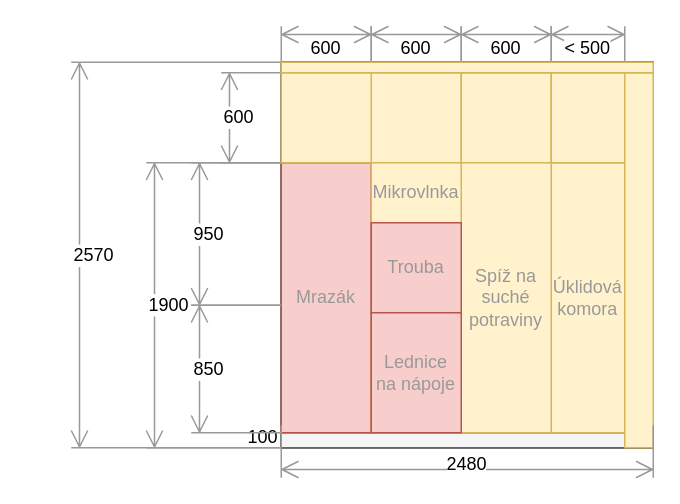
Before: docs/src/static/drawings/kitchen.wall-appliances.drawio in surquest/flat-renovation, a draw.io diagram. Source tidied: cells renumbered, new cells numbered last; positions are measured from the earlier drawing's top-left corner, leaving out a move shared by most shapes. Both pictures are drawn from the tidied source at 150%, with x=0, y=0 at pixel (70, 26).
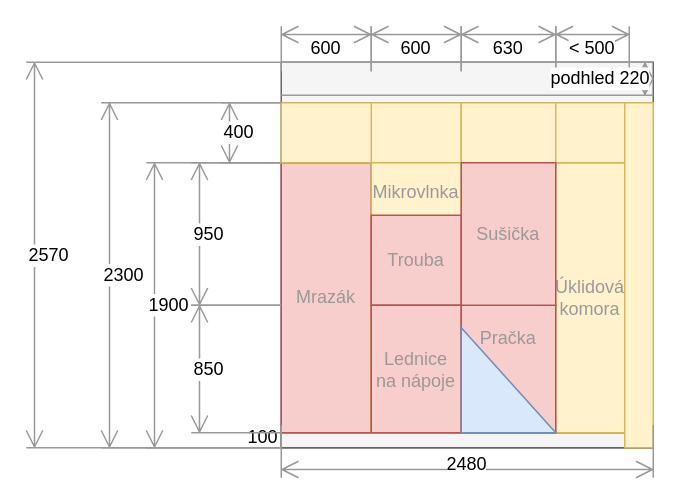
The same diagram, later.

Commit message (it also covers changes not shown here):
Kitchen adjustments

What changed in the source:
```diff
@@
-    <mxCell id="2" style="rounded=0;whiteSpace=wrap;html=1;" parent="1" vertex="1">
+    <mxCell id="2" style="rounded=0;whiteSpace=wrap;html=1;fillColor=#f5f5f5;fontColor=#333333;strokeColor=#666666;" parent="1" vertex="1">
       <mxGeometry x="140" y="24" width="248" height="257" as="geometry" />
     </mxCell>
@@
-    <mxCell id="7" value="600" style="shape=dimension;direction=south;whiteSpace=wrap;html=1;align=left;verticalAlign=middle;labelBackgroundColor=#ffffff;strokeColor=#999999;" parent="1" vertex="1">
-      <mxGeometry x="100" y="31" width="40" height="60" as="geometry" />
+    <mxCell id="7" value="400" style="shape=dimension;direction=south;whiteSpace=wrap;html=1;align=left;verticalAlign=middle;labelBackgroundColor=#ffffff;strokeColor=#999999;" parent="1" vertex="1">
+      <mxGeometry x="100" y="51" width="40" height="40" as="geometry" />
     </mxCell>
@@
     <mxCell id="9" style="rounded=0;whiteSpace=wrap;html=1;fillColor=#fff2cc;strokeColor=#d6b656;" parent="1" vertex="1">
-      <mxGeometry x="200" y="31" width="60" height="60" as="geometry" />
+      <mxGeometry x="200" y="51" width="60" height="40" as="geometry" />
     </mxCell>
@@
     <mxCell id="11" style="rounded=0;whiteSpace=wrap;html=1;fillColor=#fff2cc;strokeColor=#d6b656;" parent="1" vertex="1">
-      <mxGeometry x="260" y="31" width="60" height="60" as="geometry" />
+      <mxGeometry x="260" y="51" width="63" height="40" as="geometry" />
     </mxCell>
     <mxCell id="12" value="Úklidová&lt;br&gt;komora" style="rounded=0;whiteSpace=wrap;html=1;fillColor=#fff2cc;strokeColor=#d6b656;fontColor=#999999;" parent="1" vertex="1">
-      <mxGeometry x="320" y="91" width="49" height="180" as="geometry" />
+      <mxGeometry x="323" y="91" width="46" height="180" as="geometry" />
     </mxCell>
     <mxCell id="13" style="rounded=0;whiteSpace=wrap;html=1;fillColor=#fff2cc;strokeColor=#d6b656;" parent="1" vertex="1">
-      <mxGeometry x="320" y="31" width="49" height="60" as="geometry" />
+      <mxGeometry x="323" y="51" width="46" height="40" as="geometry" />
     </mxCell>
     <mxCell id="14" style="rounded=0;whiteSpace=wrap;html=1;fillColor=#fff2cc;strokeColor=#d6b656;" parent="1" vertex="1">
-      <mxGeometry x="369" y="31" width="19" height="250" as="geometry" />
+      <mxGeometry x="369" y="51" width="19" height="230" as="geometry" />
     </mxCell>
@@
-    <mxCell id="18" value="600" style="shape=dimension;direction=west;whiteSpace=wrap;html=1;align=center;verticalAlign=middle;labelBackgroundColor=#ffffff;strokeColor=#999999;" parent="1" vertex="1">
-      <mxGeometry x="260" width="60" height="30" as="geometry" />
+    <mxCell id="18" value="630" style="shape=dimension;direction=west;whiteSpace=wrap;html=1;align=center;verticalAlign=middle;labelBackgroundColor=#ffffff;strokeColor=#999999;" parent="1" vertex="1">
+      <mxGeometry x="260" width="63" height="30" as="geometry" />
     </mxCell>
     <mxCell id="19" value="&amp;lt; 500" style="shape=dimension;direction=west;whiteSpace=wrap;html=1;align=center;verticalAlign=middle;labelBackgroundColor=#ffffff;strokeColor=#999999;" parent="1" vertex="1">
-      <mxGeometry x="320" width="49" height="30" as="geometry" />
+      <mxGeometry x="323" width="49" height="30" as="geometry" />
     </mxCell>
-    <mxCell id="20" value="Spíž na suché potraviny" style="rounded=0;whiteSpace=wrap;html=1;fillColor=#fff2cc;strokeColor=#d6b656;fontColor=#999999;" parent="1" vertex="1">
-      <mxGeometry x="260" y="91" width="60" height="180" as="geometry" />
-    </mxCell>
@@
     <mxCell id="22" value="2570" style="shape=dimension;direction=south;whiteSpace=wrap;html=1;align=left;verticalAlign=middle;labelBackgroundColor=#ffffff;strokeColor=#999999;" parent="1" vertex="1">
-      <mxGeometry y="24" width="140" height="257" as="geometry" />
+      <mxGeometry x="-30" y="24" width="170" height="257" as="geometry" />
     </mxCell>
     <mxCell id="23" style="rounded=0;whiteSpace=wrap;html=1;fillColor=#fff2cc;strokeColor=#d6b656;" parent="1" vertex="1">
-      <mxGeometry x="140" y="31" width="60" height="60" as="geometry" />
+      <mxGeometry x="140" y="51" width="60" height="40" as="geometry" />
     </mxCell>
@@
-    <mxCell id="25" style="rounded=0;whiteSpace=wrap;html=1;fillColor=#fff2cc;strokeColor=#d6b656;" parent="1" vertex="1">
-      <mxGeometry x="140" y="24" width="248" height="7" as="geometry" />
-    </mxCell>
@@
     <mxCell id="27" value="Trouba" style="rounded=0;whiteSpace=wrap;html=1;fillColor=#f8cecc;strokeColor=#b85450;fontColor=#999999;" parent="1" vertex="1">
-      <mxGeometry x="200" y="131" width="60" height="60" as="geometry" />
+      <mxGeometry x="200" y="126" width="60" height="60" as="geometry" />
     </mxCell>
     <mxCell id="28" value="Lednice na nápoje" style="rounded=0;whiteSpace=wrap;html=1;fillColor=#f8cecc;strokeColor=#b85450;fontColor=#999999;" parent="1" vertex="1">
-      <mxGeometry x="200" y="191" width="60" height="80" as="geometry" />
+      <mxGeometry x="200" y="186" width="60" height="85" as="geometry" />
     </mxCell>
+    <mxCell id="29" value="Pračka&lt;br&gt;&lt;br&gt;&lt;br&gt;&lt;br&gt;" style="rounded=0;whiteSpace=wrap;html=1;fillColor=#f8cecc;strokeColor=#b85450;fontColor=#999999;" parent="1" vertex="1">
+      <mxGeometry x="260" y="186" width="63" height="85" as="geometry" />
+    </mxCell>
+    <mxCell id="30" style="verticalLabelPosition=middle;verticalAlign=middle;html=1;shape=mxgraph.basic.orthogonal_triangle;strokeColor=#6c8ebf;fillColor=#dae8fc;labelPosition=center;align=center;" parent="1" vertex="1">
+      <mxGeometry x="260" y="201" width="63" height="70" as="geometry" />
+    </mxCell>
+    <mxCell id="31" value="Sušička" style="rounded=0;whiteSpace=wrap;html=1;fillColor=#f8cecc;strokeColor=#b85450;fontColor=#999999;" parent="1" vertex="1">
+      <mxGeometry x="260" y="91" width="63" height="95" as="geometry" />
+    </mxCell>
+    <mxCell id="32" value="podhled 220" style="shape=dimension;direction=north;whiteSpace=wrap;html=1;align=right;verticalAlign=middle;labelBackgroundColor=#ffffff;strokeColor=#999999;" parent="1" vertex="1">
+      <mxGeometry x="140" y="24" width="248" height="22" as="geometry" />
+    </mxCell>
+    <mxCell id="33" value="2300" style="shape=dimension;direction=south;whiteSpace=wrap;html=1;align=left;verticalAlign=middle;labelBackgroundColor=#ffffff;strokeColor=#999999;" parent="1" vertex="1">
+      <mxGeometry x="20" y="51" width="120" height="230" as="geometry" />
+    </mxCell>
```
